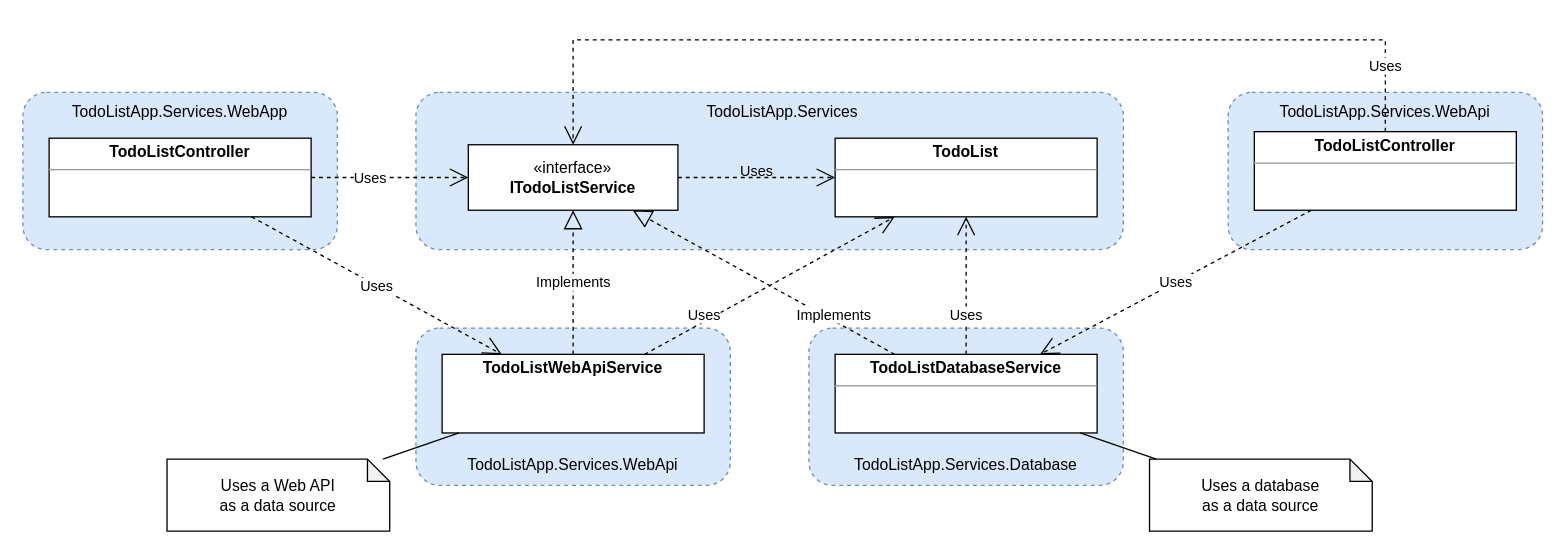
The draw.io diagram page "class-diagram" (3 of 5) of images/diagrams.drawio in GiorgiOkreshidze/Todo-list-web-app, before the edit. Source tidied: cells renumbered, new cells numbered last; positions are measured from the earlier drawing's top-left corner, leaving out a move shared by most shapes. Both pictures are drawn from the tidied source at 131%, with x=0, y=0 at pixel (22, 39).
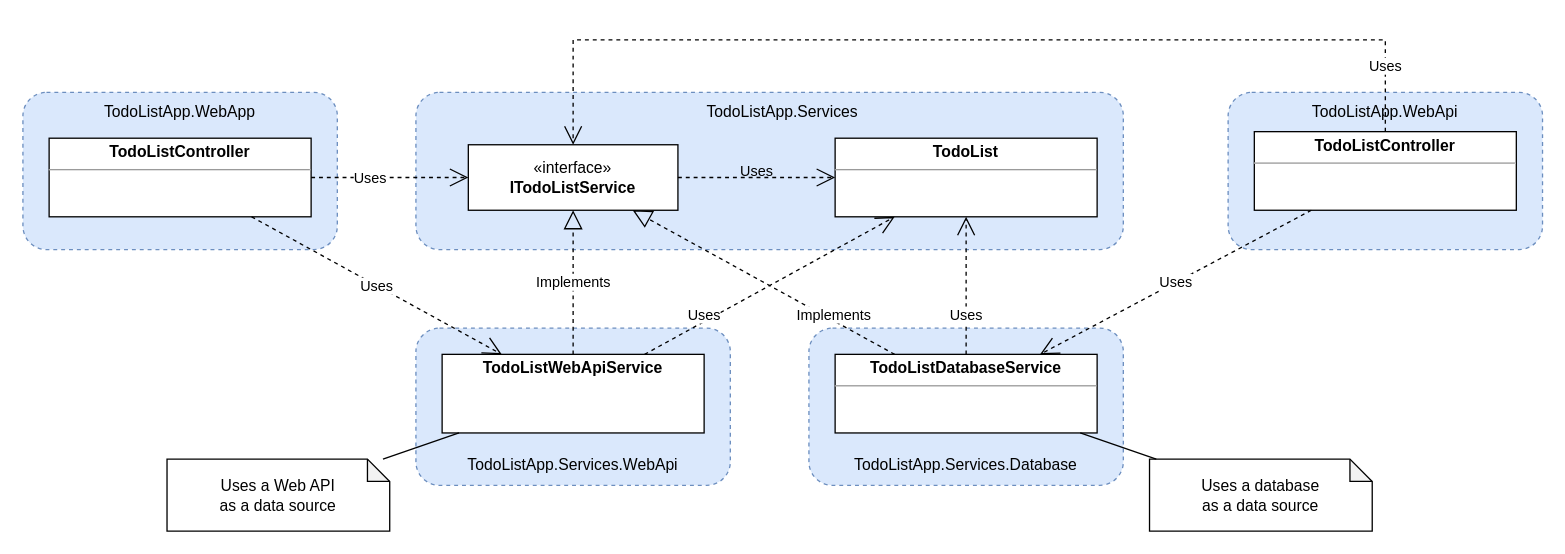
The same diagram, later.

What changed in the source:
```diff
@@
-    <mxCell id="19" value="TodoListApp.Services.WebApp" style="text;html=1;strokeColor=none;fillColor=none;align=center;verticalAlign=middle;whiteSpace=wrap;rounded=0;" parent="1" vertex="1">
+    <mxCell id="19" value="TodoListApp.WebApp" style="text;html=1;strokeColor=none;fillColor=none;align=center;verticalAlign=middle;whiteSpace=wrap;rounded=0;" parent="1" vertex="1">
       <mxGeometry x="20" y="40" width="200" height="30" as="geometry" />
     </mxCell>
@@
-    <mxCell id="22" value="TodoListApp.Services.WebApi" style="text;html=1;strokeColor=none;fillColor=none;align=center;verticalAlign=middle;whiteSpace=wrap;rounded=0;" parent="1" vertex="1">
+    <mxCell id="22" value="TodoListApp.WebApi" style="text;html=1;strokeColor=none;fillColor=none;align=center;verticalAlign=middle;whiteSpace=wrap;rounded=0;" parent="1" vertex="1">
       <mxGeometry x="940" y="40" width="200" height="30" as="geometry" />
     </mxCell>
```
